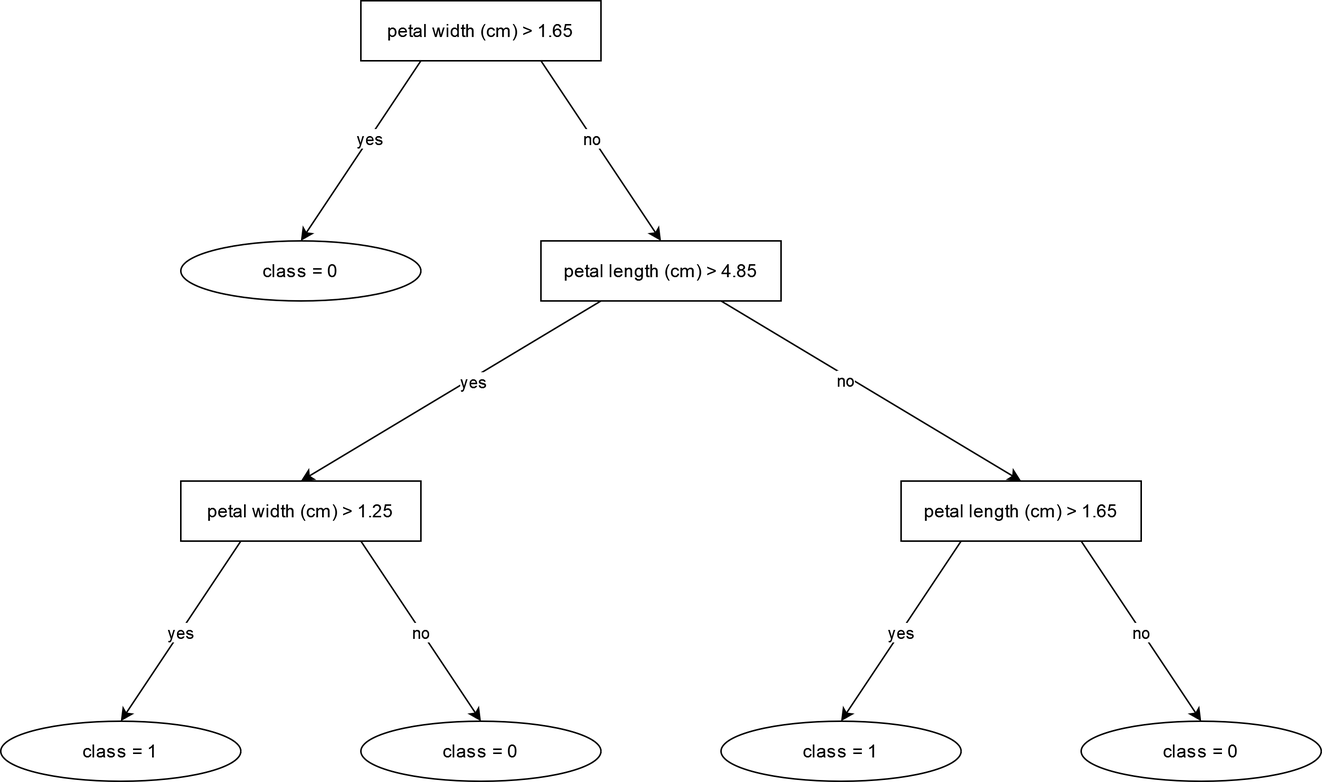
Above: paper/images/decision_tree.png in lahovniktadej/gatree (draw.io), before the change. Source tidied: cells renumbered, new cells last; positions are measured from the earlier drawing's top-left corner, leaving out a move shared by most shapes.
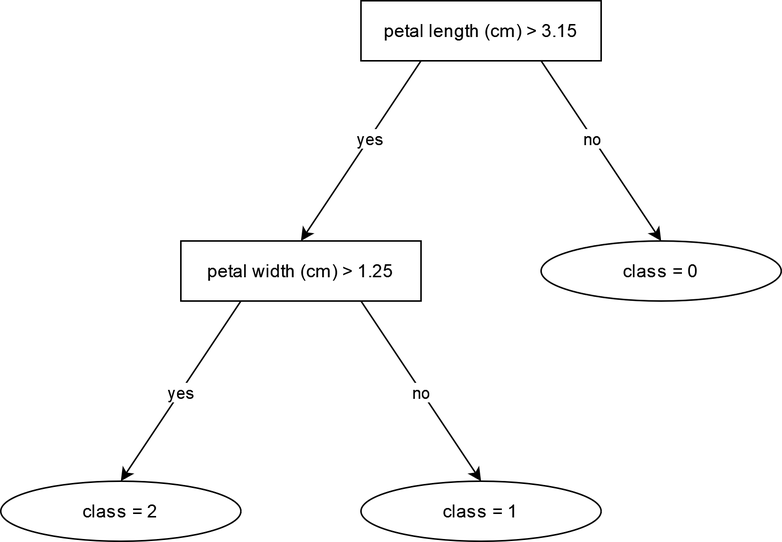
The same diagram one commit later.

Commit message:
doc: Examples and figures Minor changes to the paper (updated examples and figures)

Diff of the diagram source:
```diff
@@ -2,46 +2,35 @@
   <root>
     <mxCell id="0" />
     <mxCell id="1" parent="0" />
-    <mxCell id="2" value="petal width (cm) &amp;gt; 1.65" style="rounded=0;whiteSpace=wrap;html=1;" parent="1" vertex="1">
-      <mxGeometry x="240" width="160" height="40" as="geometry" />
+    <mxCell id="2" value="petal length (cm) &amp;gt; 3.15" style="rounded=0;whiteSpace=wrap;html=1;" parent="1" vertex="1">
+      <mxGeometry x="240" y="160" width="160" height="40" as="geometry" />
     </mxCell>
-    <mxCell id="3" value="petal length (cm) &amp;gt; 4.85" style="rounded=0;whiteSpace=wrap;html=1;" parent="1" vertex="1">
-      <mxGeometry x="360" y="160" width="160" height="40" as="geometry" />
-    </mxCell>
-    <mxCell id="4" value="class = 0" style="ellipse;whiteSpace=wrap;html=1;" parent="1" vertex="1">
-      <mxGeometry x="120" y="160" width="160" height="40" as="geometry" />
+    <mxCell id="4" value="&lt;div&gt;class = 0&lt;/div&gt;" style="ellipse;whiteSpace=wrap;html=1;" parent="1" vertex="1">
+      <mxGeometry x="360" y="320" width="160" height="40" as="geometry" />
     </mxCell>
-    <mxCell id="5" style="endArrow=classic;html=1;rounded=0;exitX=0.75;exitY=1;exitDx=0;exitDy=0;entryX=0.5;entryY=0;entryDx=0;entryDy=0;" parent="1" edge="1" source="2" target="3">
-      <mxGeometry relative="1" as="geometry" />
+    <mxCell id="5" style="endArrow=classic;html=1;rounded=0;exitX=0.75;exitY=1;exitDx=0;exitDy=0;entryX=0.5;entryY=0;entryDx=0;entryDy=0;" parent="1" edge="1" source="2">
+      <mxGeometry relative="1" as="geometry">
+        <mxPoint x="440" y="320" as="targetPoint" />
+      </mxGeometry>
     </mxCell>
     <mxCell id="6" value="no" style="edgeLabel;html=1;align=center;verticalAlign=middle;" parent="5" vertex="1">
       <mxGeometry x="-0.16" y="-1" relative="1" as="geometry" />
     </mxCell>
-    <mxCell id="7" style="endArrow=classic;html=1;rounded=0;entryX=0.5;entryY=0;entryDx=0;entryDy=0;exitX=0.25;exitY=1;exitDx=0;exitDy=0;" parent="1" edge="1" source="2" target="4">
-      <mxGeometry relative="1" as="geometry" />
+    <mxCell id="7" style="endArrow=classic;html=1;rounded=0;exitX=0.25;exitY=1;exitDx=0;exitDy=0;" parent="1" edge="1" source="2">
+      <mxGeometry relative="1" as="geometry">
+        <mxPoint x="200" y="320" as="targetPoint" />
+      </mxGeometry>
     </mxCell>
     <mxCell id="8" value="yes" style="edgeLabel;html=1;align=center;verticalAlign=middle;" parent="7" vertex="1">
       <mxGeometry x="-0.14" relative="1" as="geometry" />
     </mxCell>
-    <mxCell id="9" style="endArrow=classic;html=1;rounded=0;entryX=0.5;entryY=0;entryDx=0;entryDy=0;exitX=0.25;exitY=1;exitDx=0;exitDy=0;" parent="1" edge="1" source="3" target="13">
-      <mxGeometry relative="1" as="geometry" />
-    </mxCell>
-    <mxCell id="10" value="yes" style="edgeLabel;html=1;align=center;verticalAlign=middle;" parent="9" vertex="1">
-      <mxGeometry x="-0.13" y="2" relative="1" as="geometry" />
-    </mxCell>
-    <mxCell id="11" style="endArrow=classic;html=1;rounded=0;exitX=0.75;exitY=1;exitDx=0;exitDy=0;entryX=0.5;entryY=0;entryDx=0;entryDy=0;" parent="1" edge="1" source="3" target="20">
-      <mxGeometry relative="1" as="geometry" />
-    </mxCell>
-    <mxCell id="12" value="no" style="edgeLabel;html=1;align=center;verticalAlign=middle;" parent="11" vertex="1">
-      <mxGeometry x="-0.17" y="-2" relative="1" as="geometry" />
-    </mxCell>
     <mxCell id="13" value="petal width (cm) &amp;gt; 1.25" style="rounded=0;whiteSpace=wrap;html=1;" parent="1" vertex="1">
       <mxGeometry x="120" y="320" width="160" height="40" as="geometry" />
     </mxCell>
-    <mxCell id="14" value="class = 1" style="ellipse;whiteSpace=wrap;html=1;" parent="1" vertex="1">
+    <mxCell id="14" value="class = 2" style="ellipse;whiteSpace=wrap;html=1;" parent="1" vertex="1">
       <mxGeometry y="480" width="160" height="40" as="geometry" />
     </mxCell>
-    <mxCell id="15" value="class = 0" style="ellipse;whiteSpace=wrap;html=1;" parent="1" vertex="1">
+    <mxCell id="15" value="&lt;div&gt;class = 1&lt;/div&gt;" style="ellipse;whiteSpace=wrap;html=1;" parent="1" vertex="1">
       <mxGeometry x="240" y="480" width="160" height="40" as="geometry" />
     </mxCell>
     <mxCell id="16" style="endArrow=classic;html=1;rounded=0;entryX=0.5;entryY=0;entryDx=0;entryDy=0;exitX=0.25;exitY=1;exitDx=0;exitDy=0;" parent="1" edge="1" source="13" target="14">
@@ -60,30 +49,5 @@
         <mxPoint x="-3" y="-6" as="offset" />
       </mxGeometry>
     </mxCell>
-    <mxCell id="20" value="petal length (cm) &amp;gt; 1.65" style="rounded=0;whiteSpace=wrap;html=1;" parent="1" vertex="1">
-      <mxGeometry x="600" y="320" width="160" height="40" as="geometry" />
-    </mxCell>
-    <mxCell id="21" value="class = 1" style="ellipse;whiteSpace=wrap;html=1;" parent="1" vertex="1">
-      <mxGeometry x="480" y="480" width="160" height="40" as="geometry" />
-    </mxCell>
-    <mxCell id="22" value="class = 0" style="ellipse;whiteSpace=wrap;html=1;" parent="1" vertex="1">
-      <mxGeometry x="720" y="480" width="160" height="40" as="geometry" />
-    </mxCell>
-    <mxCell id="23" style="endArrow=classic;html=1;rounded=0;entryX=0.5;entryY=0;entryDx=0;entryDy=0;exitX=0.25;exitY=1;exitDx=0;exitDy=0;" parent="1" edge="1" source="20" target="21">
-      <mxGeometry relative="1" as="geometry" />
-    </mxCell>
-    <mxCell id="24" value="yes" style="edgeLabel;html=1;align=center;verticalAlign=middle;" parent="23" vertex="1">
-      <mxGeometry x="-0.27" relative="1" as="geometry">
-        <mxPoint x="-11" y="16" as="offset" />
-      </mxGeometry>
-    </mxCell>
-    <mxCell id="25" style="endArrow=classic;html=1;rounded=0;exitX=0.75;exitY=1;exitDx=0;exitDy=0;entryX=0.5;entryY=0;entryDx=0;entryDy=0;" parent="1" edge="1" source="20" target="22">
-      <mxGeometry relative="1" as="geometry" />
-    </mxCell>
-    <mxCell id="26" value="&lt;div&gt;no&lt;/div&gt;" style="edgeLabel;html=1;align=center;verticalAlign=middle;" parent="25" vertex="1">
-      <mxGeometry x="0.09" y="-1" relative="1" as="geometry">
-        <mxPoint x="-3" y="-6" as="offset" />
-      </mxGeometry>
-    </mxCell>
   </root>
 </mxGraphModel>
```
